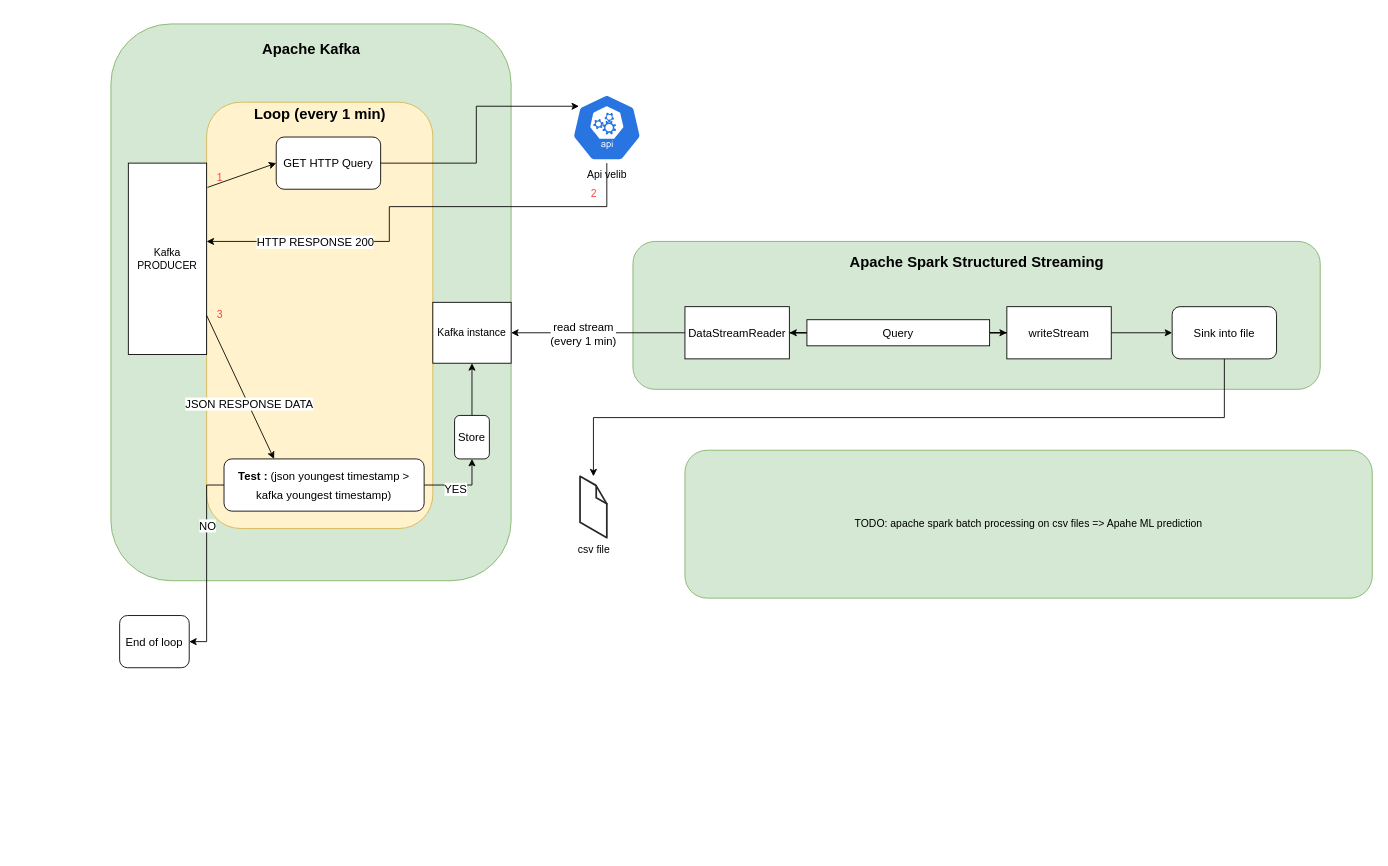
The draw.io diagram docs/App simple architecture.drawio in NicolasThaize/velib-prj, before the edit. Source tidied: cells renumbered, new cells numbered last; positions are measured from the earlier drawing's top-left corner, leaving out a move shared by most shapes. Both pictures are drawn from the tidied source at 87%, with x=0, y=0 at pixel (110, 23).
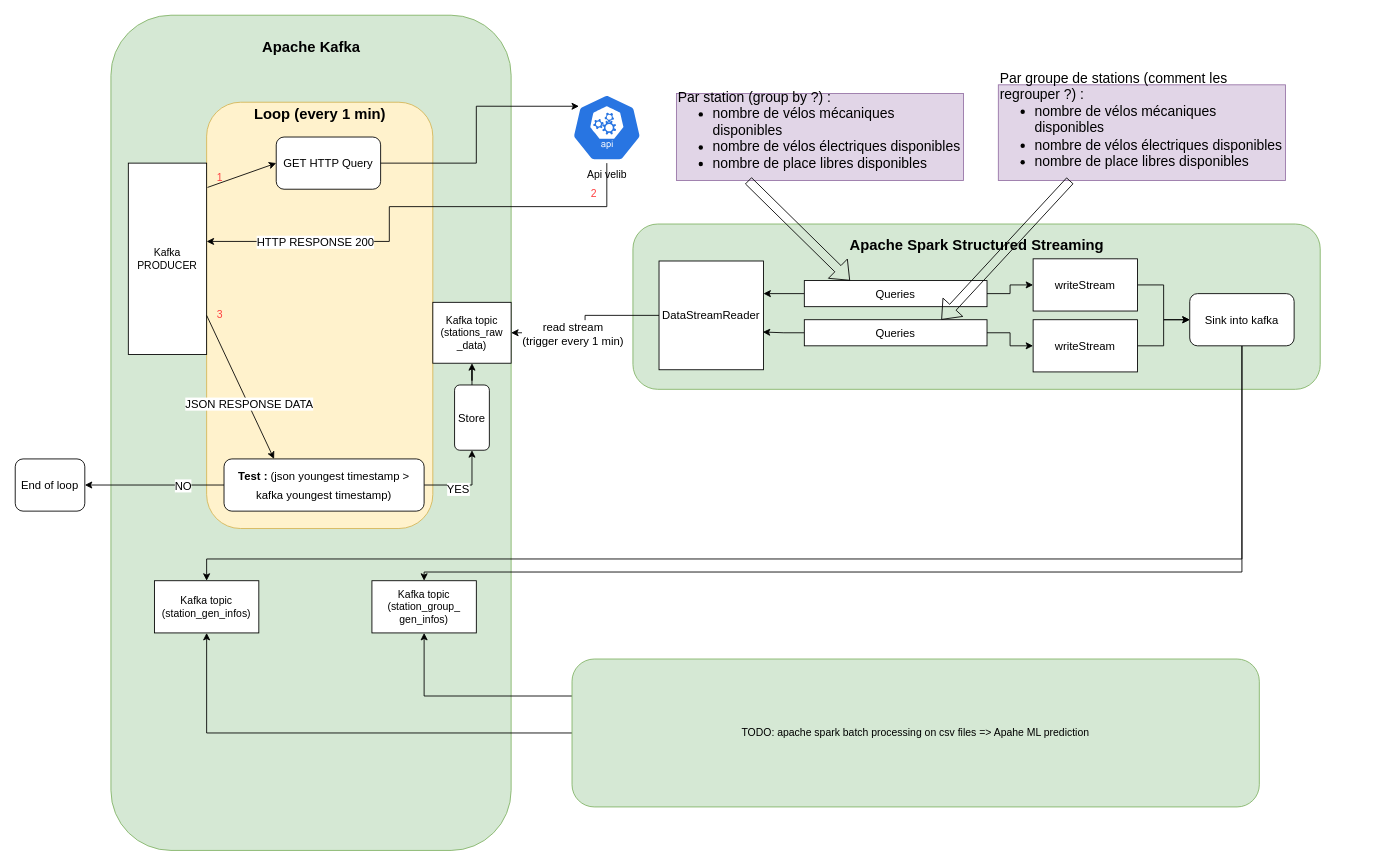
The same page after the edit.

Unchanged cells that the change refers to:
```xml
<mxCell id="25" style="edgeStyle=orthogonalEdgeStyle;rounded=0;jettySize=auto;html=1;entryX=1;entryY=0.5;entryDx=0;entryDy=0;fontSize=13;fontColor=#000000;" parent="1" edge="1" source="27" target="15">
  <mxGeometry relative="1" as="geometry" />
</mxCell>
```

Change to the diagram source:
```diff
@@
     <mxCell id="2" style="rounded=1;whiteSpace=wrap;html=1;fillColor=#d5e8d4;strokeColor=#82b366;" parent="1" vertex="1">
-      <mxGeometry x="600" y="250" width="790" height="170" as="geometry" />
+      <mxGeometry x="600" y="230" width="790" height="190" as="geometry" />
     </mxCell>
     <mxCell id="3" style="group;" parent="1" vertex="1">
-      <mxGeometry width="460" height="640" as="geometry" />
+      <mxGeometry y="-10" width="460" height="960" as="geometry" />
     </mxCell>
     <mxCell id="4" style="rounded=1;whiteSpace=wrap;html=1;fontSize=13;fillColor=#d5e8d4;strokeColor=#82b366;" parent="3" vertex="1">
-      <mxGeometry width="460" height="640" as="geometry" />
+      <mxGeometry width="460" height="960" as="geometry" />
     </mxCell>
     <mxCell id="5" value="&lt;font style=&quot;font-size: 17px;&quot;&gt;&lt;b&gt;Apache Kafka&lt;/b&gt;&lt;/font&gt;" style="text;html=1;align=center;verticalAlign=middle;strokeColor=none;fillColor=none;fontSize=13;fontColor=#000000;" parent="3" vertex="1">
-      <mxGeometry x="160" y="15.2" width="140" height="30" as="geometry" />
+      <mxGeometry x="160" y="22.9" width="140" height="30" as="geometry" />
     </mxCell>
     <mxCell id="6" value="&lt;font style=&quot;font-size: 13px;&quot;&gt;Store&lt;/font&gt;" style="rounded=1;whiteSpace=wrap;html=1;fontSize=17;fontColor=#000000;" parent="3" vertex="1">
-      <mxGeometry x="395" y="450" width="40" height="50" as="geometry" />
+      <mxGeometry x="395" y="425" width="40" height="75" as="geometry" />
     </mxCell>
+    <mxCell id="45" value="Kafka topic (station_gen_infos)" style="rounded=0;whiteSpace=wrap;html=1;labelBackgroundColor=none;fontColor=#000000;" parent="3" vertex="1">
+      <mxGeometry x="50" y="650" width="120" height="60" as="geometry" />
+    </mxCell>
+    <mxCell id="46" value="Kafka topic (station_group_&lt;br&gt;gen_infos)" style="rounded=0;whiteSpace=wrap;html=1;labelBackgroundColor=none;fontColor=#000000;" parent="3" vertex="1">
+      <mxGeometry x="300" y="650" width="120" height="60" as="geometry" />
+    </mxCell>
@@
-    <mxCell id="15" value="Kafka instance" style="whiteSpace=wrap;html=1;" parent="1" vertex="1">
+    <mxCell id="15" value="Kafka topic (stations_raw&lt;br&gt;_data)" style="whiteSpace=wrap;html=1;" parent="1" vertex="1">
       <mxGeometry x="370" y="320" width="90" height="70" as="geometry" />
     </mxCell>
@@
     <mxCell id="24" value="End of loop" style="rounded=1;whiteSpace=wrap;html=1;fontSize=13;fontColor=#000000;" parent="1" vertex="1">
-      <mxGeometry x="10" y="680" width="80" height="60" as="geometry" />
+      <mxGeometry x="-110" y="500" width="80" height="60" as="geometry" />
     </mxCell>
@@
-    <mxCell id="26" value="read stream&lt;br&gt;(every 1 min)" style="edgeLabel;html=1;align=center;verticalAlign=middle;fontSize=13;fontColor=#000000;" parent="25" vertex="1">
-      <mxGeometry x="0.26" relative="1" as="geometry">
-        <mxPoint x="9" as="offset" />
-      </mxGeometry>
+    <mxCell id="26" value="read stream&lt;br&gt;(trigger every 1 min)" style="edgeLabel;html=1;align=center;verticalAlign=middle;fontSize=13;fontColor=#000000;" parent="25" vertex="1">
+      <mxGeometry x="0.26" relative="1" as="geometry" />
     </mxCell>
     <mxCell id="27" value="DataStreamReader" style="rounded=0;whiteSpace=wrap;html=1;fontSize=13;fontColor=#000000;" parent="1" vertex="1">
-      <mxGeometry x="659.8" y="325" width="120" height="60" as="geometry" />
+      <mxGeometry x="630" y="272.5" width="120" height="125" as="geometry" />
     </mxCell>
-    <mxCell id="28" style="edgeStyle=orthogonalEdgeStyle;rounded=0;jettySize=auto;html=1;entryX=1;entryY=0.5;entryDx=0;entryDy=0;fontSize=13;fontColor=#000000;" parent="1" edge="1" source="30" target="27">
-      <mxGeometry relative="1" as="geometry" />
+    <mxCell id="28" style="edgeStyle=orthogonalEdgeStyle;rounded=0;jettySize=auto;html=1;fontSize=13;fontColor=#000000;" parent="1" edge="1" source="30">
+      <mxGeometry relative="1" as="geometry">
+        <mxPoint x="750" y="310" as="targetPoint" />
+        <Array as="points">
+          <mxPoint x="750" y="310" />
+        </Array>
+      </mxGeometry>
     </mxCell>
@@
-    <mxCell id="30" value="Query" style="rounded=0;whiteSpace=wrap;html=1;fontSize=13;fontColor=#000000;" parent="1" vertex="1">
-      <mxGeometry x="800" y="340" width="210" height="30" as="geometry" />
+    <mxCell id="30" value="Queries" style="rounded=0;whiteSpace=wrap;html=1;fontSize=13;fontColor=#000000;" parent="1" vertex="1">
+      <mxGeometry x="797" y="295" width="210" height="30" as="geometry" />
     </mxCell>
@@
     <mxCell id="32" value="writeStream" style="rounded=0;whiteSpace=wrap;html=1;fontSize=13;fontColor=#000000;" parent="1" vertex="1">
-      <mxGeometry x="1029.8" y="325" width="120" height="60" as="geometry" />
+      <mxGeometry x="1060" y="270" width="120" height="60" as="geometry" />
     </mxCell>
@@
-    <mxCell id="39" style="edgeStyle=orthogonalEdgeStyle;rounded=0;jettySize=auto;html=1;exitX=0.5;exitY=1;exitDx=0;exitDy=0;" parent="1" edge="1" source="40" target="43">
-      <mxGeometry relative="1" as="geometry" />
+    <mxCell id="39" style="edgeStyle=orthogonalEdgeStyle;rounded=0;jettySize=auto;html=1;exitX=0.5;exitY=1;exitDx=0;exitDy=0;" parent="1" edge="1" source="40" target="45">
+      <mxGeometry relative="1" as="geometry">
+        <Array as="points">
+          <mxPoint x="1300" y="615" />
+          <mxPoint x="110" y="615" />
+        </Array>
+      </mxGeometry>
     </mxCell>
+    <mxCell id="47" style="edgeStyle=orthogonalEdgeStyle;rounded=0;jettySize=auto;html=1;entryX=0.5;entryY=0;entryDx=0;entryDy=0;fontColor=#000000;" parent="1" edge="1" source="40" target="46">
+      <mxGeometry relative="1" as="geometry">
+        <Array as="points">
+          <mxPoint x="1300" y="630" />
+        </Array>
+      </mxGeometry>
+    </mxCell>
-    <mxCell id="40" value="Sink into file" style="rounded=1;whiteSpace=wrap;html=1;fontSize=13;fontColor=#000000;" parent="1" vertex="1">
-      <mxGeometry x="1219.8" y="325" width="120" height="60" as="geometry" />
+    <mxCell id="40" value="Sink into kafka" style="rounded=1;whiteSpace=wrap;html=1;fontSize=13;fontColor=#000000;" parent="1" vertex="1">
+      <mxGeometry x="1240" y="310" width="120" height="60" as="geometry" />
     </mxCell>
@@
     <mxCell id="42" value="&lt;font style=&quot;font-size: 17px;&quot;&gt;&lt;b&gt;Apache Spark Structured Streaming&lt;br&gt;&lt;/b&gt;&lt;/font&gt;" style="text;html=1;align=center;verticalAlign=middle;strokeColor=none;fillColor=none;fontSize=13;fontColor=#000000;" parent="1" vertex="1">
-      <mxGeometry x="835" y="260" width="320" height="30" as="geometry" />
+      <mxGeometry x="835" y="240" width="320" height="30" as="geometry" />
     </mxCell>
-    <mxCell id="43" value="csv file" style="verticalLabelPosition=bottom;html=1;verticalAlign=top;strokeWidth=1;align=center;outlineConnect=0;dashed=0;outlineConnect=0;shape=mxgraph.aws3d.file;strokeColor=#292929;rounded=0;" parent="1" vertex="1">
-      <mxGeometry x="539.2" y="520" width="30.8" height="70.6" as="geometry" />
-    </mxCell>
+    <mxCell id="48" style="edgeStyle=orthogonalEdgeStyle;rounded=0;jettySize=auto;html=1;exitX=0;exitY=0.25;exitDx=0;exitDy=0;entryX=0.5;entryY=1;entryDx=0;entryDy=0;fontColor=#000000;" parent="1" edge="1" source="44" target="46">
+      <mxGeometry relative="1" as="geometry" />
+    </mxCell>
+    <mxCell id="49" style="edgeStyle=orthogonalEdgeStyle;rounded=0;jettySize=auto;html=1;entryX=0.5;entryY=1;entryDx=0;entryDy=0;fontColor=#000000;" parent="1" edge="1" source="44" target="45">
+      <mxGeometry relative="1" as="geometry" />
+    </mxCell>
     <mxCell id="44" value="TODO: apache spark batch processing on csv files =&amp;gt; Apahe ML prediction" style="rounded=1;whiteSpace=wrap;html=1;fillColor=#d5e8d4;strokeColor=#82b366;" parent="1" vertex="1">
-      <mxGeometry x="659.8" y="490" width="790" height="170" as="geometry" />
+      <mxGeometry x="530" y="730" width="790" height="170" as="geometry" />
     </mxCell>
+    <mxCell id="50" value="&lt;div style=&quot;&quot;&gt;&lt;font face=&quot;Montserrat&quot;&gt;&lt;span style=&quot;font-size: 16px;&quot;&gt;Par station (group by ?) :&lt;/span&gt;&lt;/font&gt;&lt;/div&gt;&lt;ul style=&quot;box-sizing: border-box; margin-top: 0px; margin-bottom: 1rem; font-family: Montserrat; font-size: 16px;&quot;&gt;&lt;li style=&quot;box-sizing: border-box;&quot;&gt;nombre de vélos mécaniques disponibles&lt;/li&gt;&lt;li style=&quot;box-sizing: border-box;&quot;&gt;nombre de vélos électriques disponibles&lt;/li&gt;&lt;li style=&quot;box-sizing: border-box;&quot;&gt;nombre de place libres disponibles&lt;/li&gt;&lt;/ul&gt;" style="text;html=1;strokeColor=#9673a6;fillColor=#e1d5e7;align=left;verticalAlign=middle;whiteSpace=wrap;rounded=0;" parent="1" vertex="1">
+      <mxGeometry x="650" y="80" width="330" height="100" as="geometry" />
+    </mxCell>
+    <mxCell id="51" style="endArrow=classic;html=1;rounded=0;fontColor=#000000;exitX=0.25;exitY=1;exitDx=0;exitDy=0;entryX=0.25;entryY=0;entryDx=0;entryDy=0;shape=flexArrow;" parent="1" edge="1" source="50" target="30">
+      <mxGeometry relative="1" as="geometry" />
+    </mxCell>
+    <mxCell id="52" style="edgeStyle=orthogonalEdgeStyle;rounded=0;jettySize=auto;html=1;fontColor=#000000;entryX=0.994;entryY=0.653;entryDx=0;entryDy=0;entryPerimeter=0;" parent="1" edge="1" source="54" target="27">
+      <mxGeometry relative="1" as="geometry" />
+    </mxCell>
+    <mxCell id="53" style="edgeStyle=orthogonalEdgeStyle;rounded=0;jettySize=auto;html=1;entryX=0;entryY=0.5;entryDx=0;entryDy=0;fontColor=#000000;" parent="1" edge="1" source="54" target="56">
+      <mxGeometry relative="1" as="geometry" />
+    </mxCell>
+    <mxCell id="54" value="Queries" style="rounded=0;whiteSpace=wrap;html=1;fontSize=13;fontColor=#000000;" parent="1" vertex="1">
+      <mxGeometry x="797" y="340" width="210" height="30" as="geometry" />
+    </mxCell>
+    <mxCell id="55" style="edgeStyle=orthogonalEdgeStyle;rounded=0;jettySize=auto;html=1;exitX=1;exitY=0.5;exitDx=0;exitDy=0;entryX=0;entryY=0.5;entryDx=0;entryDy=0;fontColor=#000000;" parent="1" edge="1" source="56" target="40">
+      <mxGeometry relative="1" as="geometry" />
+    </mxCell>
+    <mxCell id="56" value="writeStream" style="rounded=0;whiteSpace=wrap;html=1;fontSize=13;fontColor=#000000;" parent="1" vertex="1">
+      <mxGeometry x="1060" y="340" width="120" height="60" as="geometry" />
+    </mxCell>
+    <mxCell id="57" value="&lt;div style=&quot;&quot;&gt;&lt;font face=&quot;Montserrat&quot;&gt;&lt;span style=&quot;font-size: 16px;&quot;&gt;Par groupe de stations (comment les regrouper ?) :&lt;/span&gt;&lt;/font&gt;&lt;/div&gt;&lt;ul style=&quot;box-sizing: border-box; margin-top: 0px; margin-bottom: 1rem; font-family: Montserrat; font-size: 16px;&quot;&gt;&lt;li style=&quot;box-sizing: border-box;&quot;&gt;nombre de vélos mécaniques disponibles&lt;/li&gt;&lt;li style=&quot;box-sizing: border-box;&quot;&gt;nombre de vélos électriques disponibles&lt;/li&gt;&lt;li style=&quot;box-sizing: border-box;&quot;&gt;nombre de place libres disponibles&lt;/li&gt;&lt;/ul&gt;&lt;div style=&quot;&quot;&gt;&lt;br&gt;&lt;/div&gt;" style="text;html=1;strokeColor=#9673a6;fillColor=#e1d5e7;align=left;verticalAlign=middle;whiteSpace=wrap;rounded=0;" parent="1" vertex="1">
+      <mxGeometry x="1020" y="70" width="330" height="110" as="geometry" />
+    </mxCell>
+    <mxCell id="58" style="shape=flexArrow;endArrow=classic;html=1;rounded=0;fontColor=#000000;exitX=0.25;exitY=1;exitDx=0;exitDy=0;entryX=0.75;entryY=0;entryDx=0;entryDy=0;" parent="1" edge="1" source="57" target="54">
+      <mxGeometry relative="1" as="geometry" />
+    </mxCell>
```
